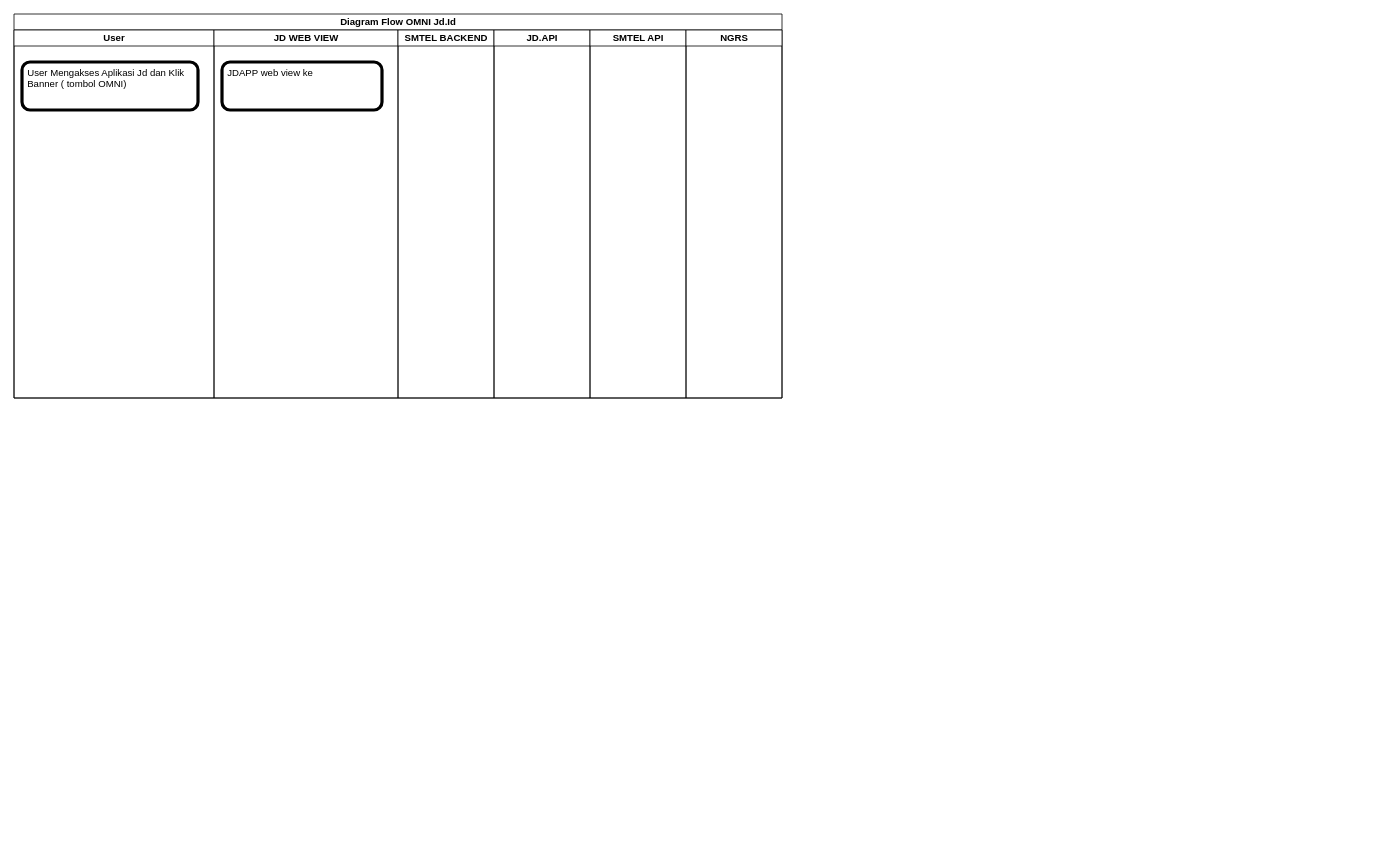
jrpikong/wordcalculator keeps this draw.io diagram as page "Page-3" (3 of 3) of Untitled Diagram.drawio. Above is the earlier version. Source tidied: cells renumbered, new cells numbered last; positions are measured from the earlier drawing's top-left corner, leaving out a move shared by most shapes. Both pictures are drawn from the tidied source at 80%, with x=0, y=0 at pixel (14, 14).
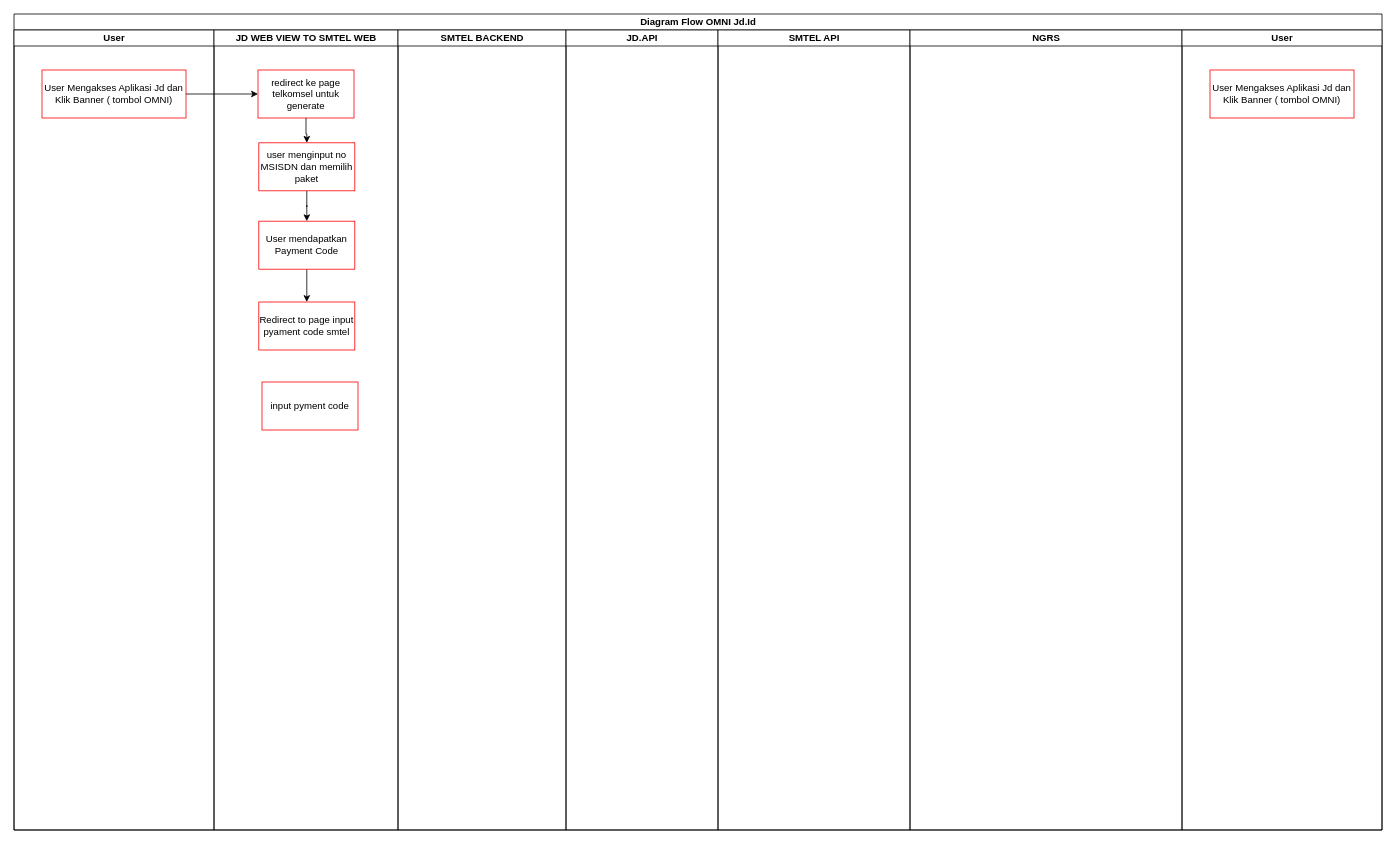
The same diagram, later.

Diff of the diagram source:
```diff
@@
     <mxCell id="2" value="Diagram Flow OMNI Jd.Id" style="swimlane;html=1;startSize=20;" parent="1" vertex="1">
-      <mxGeometry width="960" height="480" as="geometry" />
+      <mxGeometry width="1710" height="1020" as="geometry" />
     </mxCell>
     <mxCell id="3" value="User" style="swimlane;html=1;startSize=20;" parent="2" vertex="1">
-      <mxGeometry y="20" width="250" height="460" as="geometry" />
+      <mxGeometry y="20" width="250" height="1000" as="geometry" />
     </mxCell>
-    <mxCell id="4" value="User Mengakses Aplikasi Jd dan Klik Banner ( tombol OMNI)" style="points=[[0.25,0,0],[0.5,0,0],[0.75,0,0],[1,0.25,0],[1,0.5,0],[1,0.75,0],[0.75,1,0],[0.5,1,0],[0.25,1,0],[0,0.75,0],[0,0.5,0],[0,0.25,0]];shape=mxgraph.bpmn.task;whiteSpace=wrap;rectStyle=rounded;size=10;bpmnShapeType=call;verticalAlign=top;align=left;spacingLeft=5;" parent="3" vertex="1">
-      <mxGeometry x="10" y="40" width="220" height="60" as="geometry" />
-    </mxCell>
-    <mxCell id="5" style="edgeStyle=orthogonalEdgeStyle;rounded=0;orthogonalLoop=1;jettySize=auto;html=1;exitX=0.5;exitY=1;exitDx=0;exitDy=0;exitPerimeter=0;" parent="3" edge="1" source="4" target="4">
-      <mxGeometry relative="1" as="geometry" />
+    <mxCell id="5" style="edgeStyle=orthogonalEdgeStyle;rounded=0;orthogonalLoop=1;jettySize=auto;html=1;exitX=0.5;exitY=1;exitDx=0;exitDy=0;exitPerimeter=0;" parent="3" edge="1">
+      <mxGeometry relative="1" as="geometry">
+        <mxPoint x="120" y="100" as="sourcePoint" />
+        <mxPoint x="120" y="100" as="targetPoint" />
+      </mxGeometry>
     </mxCell>
+    <mxCell id="12" value="User Mengakses Aplikasi Jd dan Klik Banner ( tombol OMNI)" style="rounded=0;whiteSpace=wrap;html=1;strokeColor=#FF0000;" parent="3" vertex="1">
+      <mxGeometry x="35" y="50" width="180" height="60" as="geometry" />
+    </mxCell>
-    <mxCell id="6" value="JD WEB VIEW" style="swimlane;html=1;startSize=20;" parent="2" vertex="1">
-      <mxGeometry x="250" y="20" width="230" height="460" as="geometry" />
+    <mxCell id="6" value="JD WEB VIEW TO SMTEL WEB" style="swimlane;html=1;startSize=20;" parent="2" vertex="1">
+      <mxGeometry x="250" y="20" width="230" height="1000" as="geometry" />
     </mxCell>
-    <mxCell id="7" value="JDAPP web view ke " style="shape=mxgraph.bpmn.task;whiteSpace=wrap;rectStyle=rounded;size=10;bpmnShapeType=call;verticalAlign=top;align=left;spacingLeft=5;" parent="6" vertex="1">
-      <mxGeometry x="10" y="40" width="200" height="60" as="geometry" />
-    </mxCell>
+    <mxCell id="13" value="redirect ke page telkomsel untuk generate " style="whiteSpace=wrap;html=1;strokeColor=#FF0000;" parent="6" vertex="1">
+      <mxGeometry x="55" y="50" width="120" height="60" as="geometry" />
+    </mxCell>
+    <mxCell id="14" value="Redirect to page input pyament code smtel" style="whiteSpace=wrap;html=1;strokeColor=#FF0000;" parent="6" vertex="1">
+      <mxGeometry x="56" y="340" width="120" height="60" as="geometry" />
+    </mxCell>
     <mxCell id="8" value="SMTEL BACKEND" style="swimlane;html=1;startSize=20;" parent="2" vertex="1">
-      <mxGeometry x="480" y="20" width="120" height="460" as="geometry" />
+      <mxGeometry x="480" y="20" width="210" height="1000" as="geometry" />
     </mxCell>
     <mxCell id="9" value="JD.API" style="swimlane;html=1;startSize=20;" parent="2" vertex="1">
-      <mxGeometry x="600" y="20" width="120" height="460" as="geometry" />
+      <mxGeometry x="690" y="20" width="190" height="1000" as="geometry" />
     </mxCell>
     <mxCell id="10" value="SMTEL API" style="swimlane;html=1;startSize=20;" parent="2" vertex="1">
-      <mxGeometry x="720" y="20" width="120" height="460" as="geometry" />
+      <mxGeometry x="880" y="20" width="240" height="1000" as="geometry" />
     </mxCell>
     <mxCell id="11" value="NGRS" style="swimlane;html=1;startSize=20;" parent="2" vertex="1">
-      <mxGeometry x="840" y="20" width="120" height="460" as="geometry" />
+      <mxGeometry x="1120" y="20" width="340" height="1000" as="geometry" />
     </mxCell>
+    <mxCell id="15" style="edgeStyle=orthogonalEdgeStyle;rounded=0;jettySize=auto;html=1;" parent="2" edge="1" source="12" target="13">
+      <mxGeometry relative="1" as="geometry" />
+    </mxCell>
+    <mxCell id="16" value="User" style="swimlane;html=1;startSize=20;" parent="2" vertex="1">
+      <mxGeometry x="1460" y="20" width="250" height="1000" as="geometry" />
+    </mxCell>
+    <mxCell id="17" style="edgeStyle=orthogonalEdgeStyle;rounded=0;orthogonalLoop=1;jettySize=auto;html=1;exitX=0.5;exitY=1;exitDx=0;exitDy=0;exitPerimeter=0;" parent="16" edge="1">
+      <mxGeometry relative="1" as="geometry">
+        <mxPoint x="120" y="100" as="sourcePoint" />
+        <mxPoint x="120" y="100" as="targetPoint" />
+      </mxGeometry>
+    </mxCell>
+    <mxCell id="18" value="User Mengakses Aplikasi Jd dan Klik Banner ( tombol OMNI)" style="rounded=0;whiteSpace=wrap;html=1;strokeColor=#FF0000;" parent="16" vertex="1">
+      <mxGeometry x="35" y="50" width="180" height="60" as="geometry" />
+    </mxCell>
+    <mxCell id="19" style="edgeStyle=orthogonalEdgeStyle;rounded=0;jettySize=auto;html=1;" parent="1" edge="1" source="20" target="23">
+      <mxGeometry relative="1" as="geometry" />
+    </mxCell>
+    <mxCell id="20" value="user menginput no MSISDN dan memilih paket" style="whiteSpace=wrap;html=1;strokeColor=#FF0000;" parent="1" vertex="1">
+      <mxGeometry x="306" y="161" width="120" height="60" as="geometry" />
+    </mxCell>
+    <mxCell id="21" style="edgeStyle=orthogonalEdgeStyle;rounded=0;jettySize=auto;html=1;" parent="1" edge="1" source="13" target="20">
+      <mxGeometry relative="1" as="geometry" />
+    </mxCell>
+    <mxCell id="22" style="edgeStyle=orthogonalEdgeStyle;rounded=0;jettySize=auto;html=1;" parent="1" edge="1" source="23" target="14">
+      <mxGeometry relative="1" as="geometry" />
+    </mxCell>
+    <mxCell id="23" value="User mendapatkan Payment Code" style="whiteSpace=wrap;html=1;strokeColor=#FF0000;" parent="1" vertex="1">
+      <mxGeometry x="306" y="259" width="120" height="60" as="geometry" />
+    </mxCell>
+    <mxCell id="24" value="input pyment code " style="whiteSpace=wrap;html=1;strokeColor=#FF0000;" parent="1" vertex="1">
+      <mxGeometry x="310" y="460" width="120" height="60" as="geometry" />
+    </mxCell>
```
